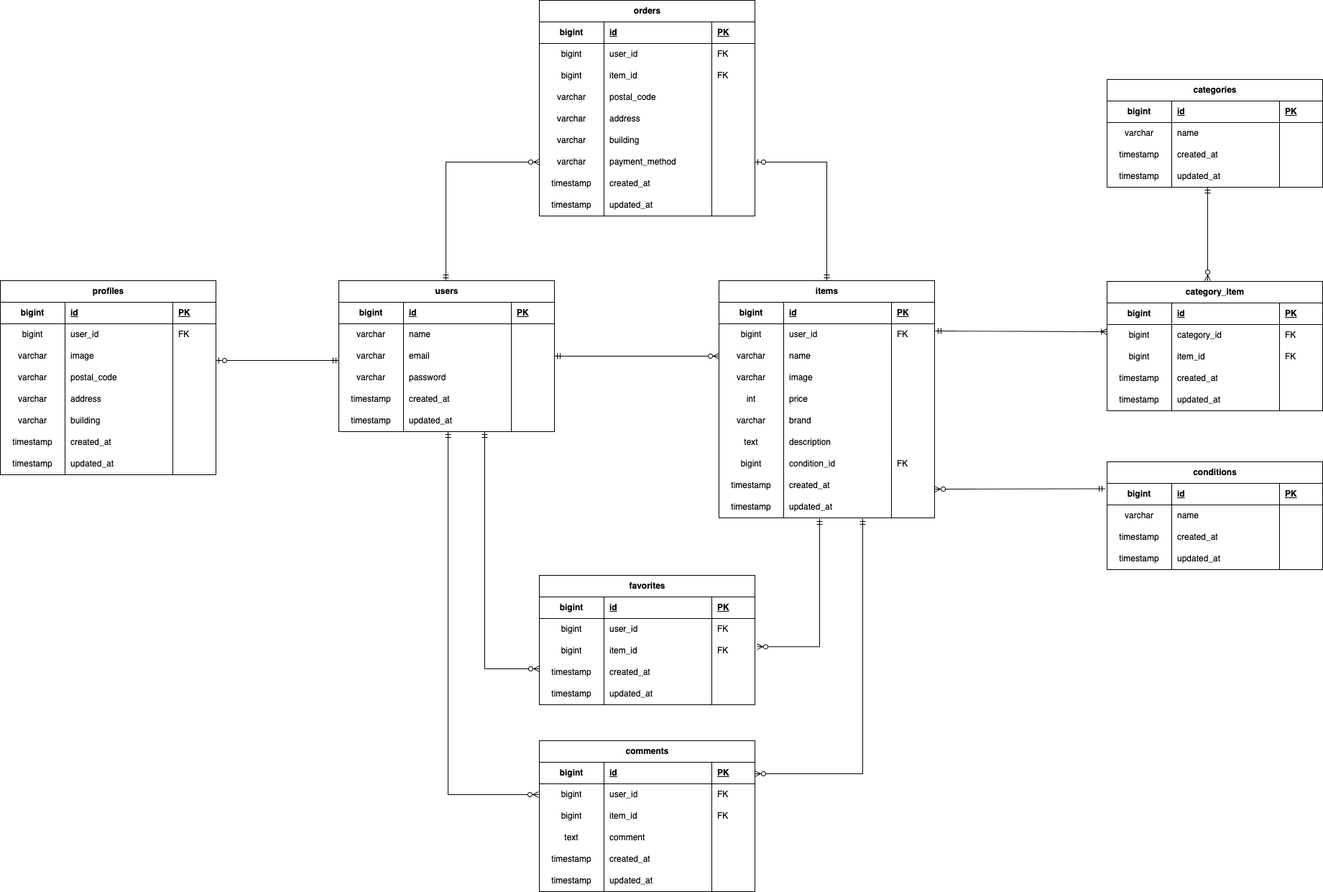
Above: ER.drawio.png in Tamori169/Laravel-furima (draw.io), before the change. Source tidied: cells renumbered, new cells last; positions are measured from the earlier drawing's top-left corner, leaving out a move shared by most shapes.
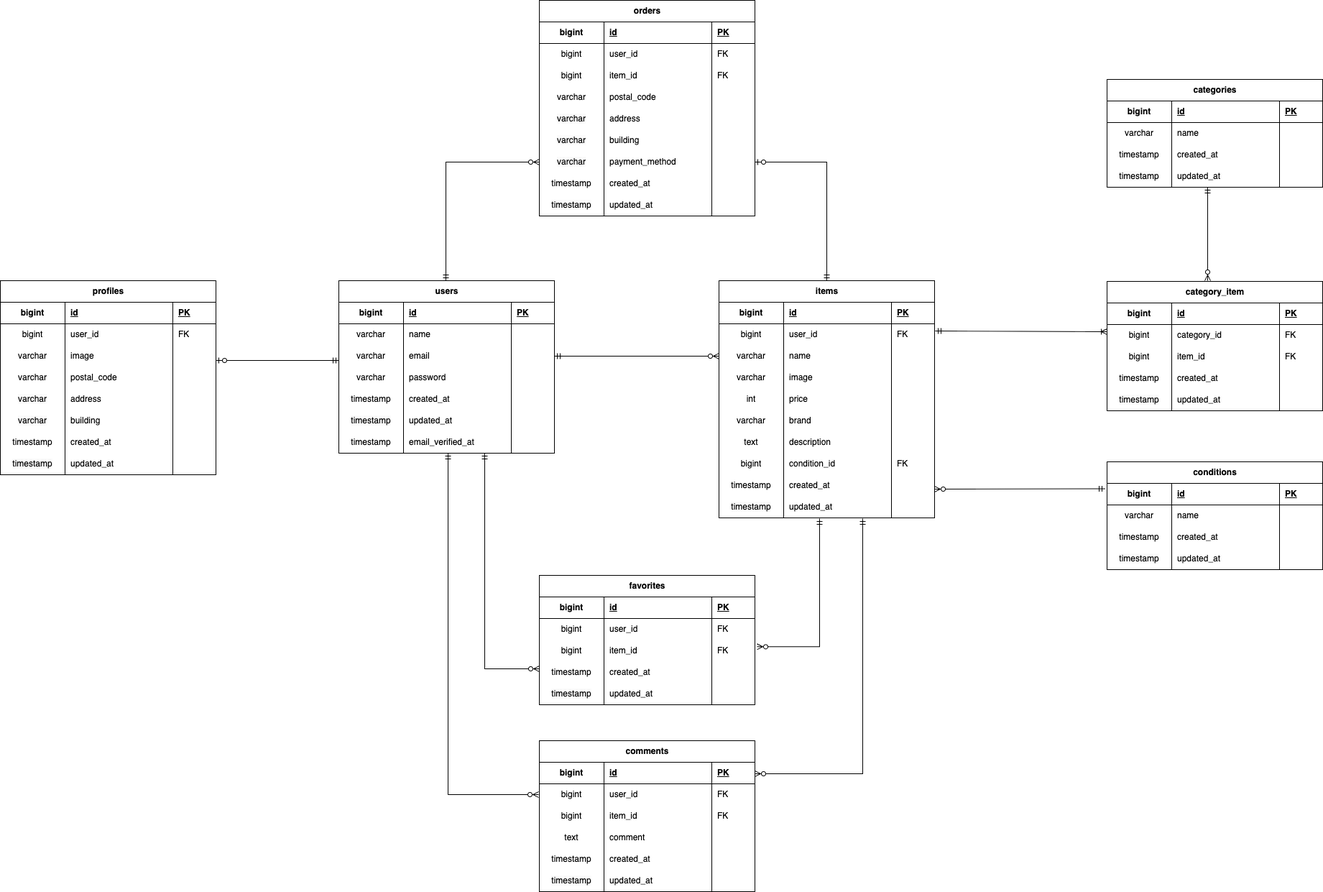
The same diagram one commit later.

Commit message:
不要ファイル削除、ER図修正

Diff of the diagram source:
```diff
@@ -102,7 +102,7 @@
       <mxGeometry x="240" width="60" height="30" as="geometry" />
     </mxCell>
     <mxCell id="35" value="users" style="shape=table;startSize=30;rowLines=0;fontStyle=1;align=center;html=1;" parent="1" vertex="1">
-      <mxGeometry x="471" y="390" width="300" height="210" as="geometry" />
+      <mxGeometry x="471" y="390" width="300" height="240" as="geometry" />
     </mxCell>
     <mxCell id="36" style="shape=tableRow;horizontal=0;startSize=0;swimlaneHead=0;swimlaneBody=0;fillColor=none;top=0;left=0;right=0;bottom=1;" parent="35" vertex="1">
       <mxGeometry y="30" width="300" height="30" as="geometry" />
@@ -176,9 +176,21 @@
     <mxCell id="59" style="shape=partialRectangle;fillColor=none;top=0;left=0;bottom=0;right=0;align=left;spacingLeft=6;overflow=hidden;whiteSpace=wrap;html=1;" parent="56" vertex="1">
       <mxGeometry x="240" width="60" height="30" as="geometry" />
     </mxCell>
+    <mxCell id="250" style="shape=tableRow;horizontal=0;startSize=0;swimlaneHead=0;swimlaneBody=0;fillColor=none;top=0;left=0;right=0;bottom=0;" parent="35" vertex="1">
+      <mxGeometry y="210" width="300" height="30" as="geometry" />
+    </mxCell>
+    <mxCell id="251" value="timestamp" style="shape=partialRectangle;fillColor=none;top=0;left=0;bottom=0;right=0;overflow=hidden;whiteSpace=wrap;html=1;" parent="250" vertex="1">
+      <mxGeometry width="90" height="30" as="geometry" />
+    </mxCell>
+    <mxCell id="252" value="email_verified_at" style="shape=partialRectangle;fillColor=none;top=0;left=0;bottom=0;right=0;align=left;spacingLeft=6;overflow=hidden;whiteSpace=wrap;html=1;" parent="250" vertex="1">
+      <mxGeometry x="90" width="150" height="30" as="geometry" />
+    </mxCell>
+    <mxCell id="253" style="shape=partialRectangle;fillColor=none;top=0;left=0;bottom=0;right=0;align=left;spacingLeft=6;overflow=hidden;whiteSpace=wrap;html=1;" parent="250" vertex="1">
+      <mxGeometry x="240" width="60" height="30" as="geometry" />
+    </mxCell>
     <mxCell id="60" style="fontSize=12;html=1;endArrow=ERzeroToMany;startArrow=ERmandOne;entryX=0.415;entryY=1.2;entryDx=0;entryDy=0;rounded=0;entryPerimeter=0;edgeStyle=elbowEdgeStyle;" parent="35" edge="1">
       <mxGeometry relative="1" as="geometry">
-        <mxPoint x="152" y="210" as="sourcePoint" />
+        <mxPoint x="152" y="240" as="sourcePoint" />
         <mxPoint x="278" y="715" as="targetPoint" />
         <Array as="points">
           <mxPoint x="152" y="460" />
@@ -670,7 +682,7 @@
     </mxCell>
     <mxCell id="221" style="fontSize=12;html=1;endArrow=ERzeroToMany;startArrow=ERmandOne;rounded=0;edgeStyle=elbowEdgeStyle;" parent="1" edge="1">
       <mxGeometry relative="1" as="geometry">
-        <mxPoint x="674" y="600" as="sourcePoint" />
+        <mxPoint x="674" y="630" as="sourcePoint" />
         <mxPoint x="750" y="930" as="targetPoint" />
         <Array as="points">
           <mxPoint x="674" y="680" />
```
